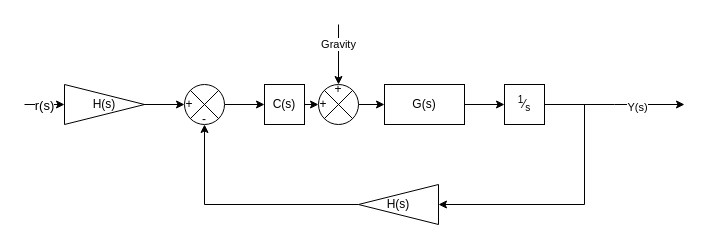
This is Lab2/Block_diagram.drawio from txddy-p/EEE3094, a draw.io file, before an edit. Source tidied: cells renumbered, new cells numbered last; positions are measured from the earlier drawing's top-left corner, leaving out a move shared by most shapes. Both pictures are drawn from the tidied source at 100%, with x=0, y=0 at pixel (24, 24).
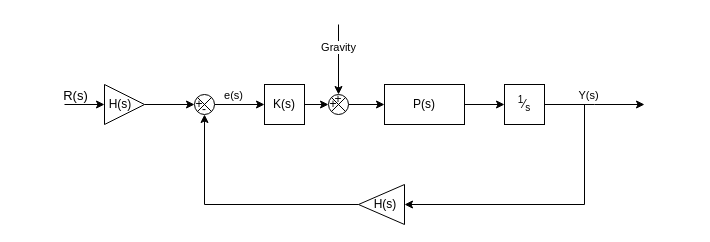
After the change.

The change refers to these unchanged cells:
```xml
<mxCell id="6" value="&lt;sup&gt;1&lt;/sup&gt;⁄&lt;sub&gt;s&lt;/sub&gt;" style="rounded=0;whiteSpace=wrap;html=1;" parent="1" vertex="1">
  <mxGeometry x="480" y="60" width="40" height="40" as="geometry" />
</mxCell>
```

Change to the diagram source:
```diff
@@
-    <mxCell id="3" value="G(s)" style="rounded=0;whiteSpace=wrap;html=1;" parent="1" vertex="1">
+    <mxCell id="3" value="P(s)" style="rounded=0;whiteSpace=wrap;html=1;" parent="1" vertex="1">
       <mxGeometry x="360" y="60" width="80" height="40" as="geometry" />
     </mxCell>
     <mxCell id="4" style="edgeStyle=orthogonalEdgeStyle;rounded=0;jettySize=auto;html=1;exitX=1;exitY=0.5;exitDx=0;exitDy=0;" parent="1" edge="1" source="6">
       <mxGeometry relative="1" as="geometry">
-        <mxPoint x="660" y="80" as="targetPoint" />
+        <mxPoint x="620" y="80" as="targetPoint" />
       </mxGeometry>
     </mxCell>
     <mxCell id="5" value="Y(s)" style="edgeLabel;html=1;align=center;verticalAlign=middle;" parent="4" vertex="1">
-      <mxGeometry x="0.32" y="-2" relative="1" as="geometry" />
+      <mxGeometry x="0.32" y="-2" relative="1" as="geometry">
+        <mxPoint x="-22" y="-12" as="offset" />
+      </mxGeometry>
     </mxCell>
@@
-    <mxCell id="7" style="edgeStyle=orthogonalEdgeStyle;rounded=0;jettySize=auto;html=1;exitX=1;exitY=0.5;exitDx=0;exitDy=0;entryX=0;entryY=0.5;entryDx=0;entryDy=0;" parent="1" edge="1" source="17" target="3">
+    <mxCell id="7" style="edgeStyle=orthogonalEdgeStyle;rounded=0;jettySize=auto;html=1;exitX=1;exitY=0.5;exitDx=0;exitDy=0;entryX=0;entryY=0.5;entryDx=0;entryDy=0;" parent="1" edge="1" source="28" target="3">
       <mxGeometry relative="1" as="geometry" />
     </mxCell>
-    <mxCell id="8" value="C(s)" style="rounded=0;whiteSpace=wrap;html=1;" parent="1" vertex="1">
+    <mxCell id="8" value="K(s)" style="rounded=0;whiteSpace=wrap;html=1;" parent="1" vertex="1">
       <mxGeometry x="240" y="60" width="40" height="40" as="geometry" />
     </mxCell>
-    <mxCell id="9" style="edgeStyle=orthogonalEdgeStyle;rounded=0;jettySize=auto;html=1;entryX=0.5;entryY=1;entryDx=0;entryDy=0;exitX=1;exitY=0.5;exitDx=0;exitDy=0;" parent="1" edge="1" source="15" target="11">
+    <mxCell id="9" style="edgeStyle=orthogonalEdgeStyle;rounded=0;jettySize=auto;html=1;entryX=0.5;entryY=1;entryDx=0;entryDy=0;exitX=1;exitY=0.5;exitDx=0;exitDy=0;" parent="1" edge="1" source="15" target="25">
       <mxGeometry relative="1" as="geometry" />
     </mxCell>
-    <mxCell id="10" style="edgeStyle=orthogonalEdgeStyle;rounded=0;jettySize=auto;html=1;exitX=1;exitY=0.5;exitDx=0;exitDy=0;entryX=0;entryY=0.5;entryDx=0;entryDy=0;" parent="1" edge="1" source="11" target="8">
+    <mxCell id="10" style="edgeStyle=orthogonalEdgeStyle;rounded=0;jettySize=auto;html=1;exitX=1;exitY=0.5;exitDx=0;exitDy=0;entryX=0;entryY=0.5;entryDx=0;entryDy=0;" parent="1" edge="1" source="27" target="8">
       <mxGeometry relative="1" as="geometry" />
     </mxCell>
-    <mxCell id="11" style="shape=sumEllipse;perimeter=ellipsePerimeter;whiteSpace=wrap;html=1;backgroundOutline=1;" parent="1" vertex="1">
-      <mxGeometry x="160" y="60" width="40" height="40" as="geometry" />
-    </mxCell>
+    <mxCell id="26" value="e(s)" style="edgeLabel;html=1;align=center;verticalAlign=middle;" parent="10" vertex="1">
+      <mxGeometry x="-0.28" y="-1" relative="1" as="geometry">
+        <mxPoint y="-11" as="offset" />
+      </mxGeometry>
+    </mxCell>
@@
-    <mxCell id="13" style="endArrow=classic;html=1;rounded=0;entryX=0;entryY=0.5;entryDx=0;entryDy=0;" parent="1" edge="1" target="11">
-      <mxGeometry relative="1" as="geometry">
-        <mxPoint x="80" y="80" as="sourcePoint" />
-      </mxGeometry>
+    <mxCell id="13" style="endArrow=classic;html=1;rounded=0;entryX=0;entryY=0.5;entryDx=0;entryDy=0;" parent="1" edge="1" source="14" target="22">
+      <mxGeometry relative="1" as="geometry" />
     </mxCell>
-    <mxCell id="14" value="H(s)" style="triangle;whiteSpace=wrap;html=1;" parent="1" vertex="1">
-      <mxGeometry x="40" y="60" width="80" height="40" as="geometry" />
-    </mxCell>
-    <mxCell id="15" value="H(s)" style="triangle;whiteSpace=wrap;html=1;rotation=0;verticalAlign=middle;direction=west;" parent="1" vertex="1">
-      <mxGeometry x="334" y="160" width="80" height="40" as="geometry" />
+    <mxCell id="15" value="H(s)" style="triangle;whiteSpace=wrap;html=1;rotation=0;verticalAlign=middle;direction=west;spacingRight=-3;spacingLeft=5;" parent="1" vertex="1">
+      <mxGeometry x="334" y="160" width="46" height="40" as="geometry" />
     </mxCell>
-    <mxCell id="16" style="edgeStyle=orthogonalEdgeStyle;rounded=0;jettySize=auto;html=1;exitX=1;exitY=0.5;exitDx=0;exitDy=0;entryX=0;entryY=0.5;entryDx=0;entryDy=0;" parent="1" edge="1" source="8" target="17">
+    <mxCell id="16" style="edgeStyle=orthogonalEdgeStyle;rounded=0;jettySize=auto;html=1;exitX=1;exitY=0.5;exitDx=0;exitDy=0;entryX=0;entryY=0.5;entryDx=0;entryDy=0;" parent="1" edge="1" source="8" target="23">
       <mxGeometry relative="1" as="geometry" />
     </mxCell>
-    <mxCell id="17" style="shape=sumEllipse;perimeter=ellipsePerimeter;whiteSpace=wrap;html=1;backgroundOutline=1;" parent="1" vertex="1">
-      <mxGeometry x="294" y="60" width="40" height="40" as="geometry" />
-    </mxCell>
-    <mxCell id="18" style="endArrow=classic;html=1;rounded=0;entryX=0.5;entryY=0;entryDx=0;entryDy=0;" parent="1" edge="1" target="17">
+    <mxCell id="18" style="endArrow=classic;html=1;rounded=0;entryX=0.5;entryY=0;entryDx=0;entryDy=0;" parent="1" edge="1" target="24">
       <mxGeometry relative="1" as="geometry">
         <mxPoint x="314" as="sourcePoint" />
       </mxGeometry>
     </mxCell>
@@
-    <mxCell id="20" style="endArrow=classic;html=1;rounded=0;" parent="1" edge="1">
+    <mxCell id="20" style="endArrow=classic;html=1;rounded=0;entryX=0;entryY=0.5;entryDx=0;entryDy=0;" parent="1" edge="1" target="14">
       <mxGeometry relative="1" as="geometry">
-        <mxPoint y="80" as="sourcePoint" />
-        <mxPoint x="40" y="80" as="targetPoint" />
+        <mxPoint x="40" y="80" as="sourcePoint" />
       </mxGeometry>
     </mxCell>
-    <mxCell id="21" value="r(s)" style="edgeLabel;html=1;align=center;verticalAlign=middle;fontSize=13;" parent="20" vertex="1">
-      <mxGeometry x="-0.05" relative="1" as="geometry" />
+    <mxCell id="21" value="R(s)" style="edgeLabel;html=1;align=center;verticalAlign=middle;fontSize=13;" parent="20" vertex="1">
+      <mxGeometry x="-0.05" relative="1" as="geometry">
+        <mxPoint x="-9" y="-10" as="offset" />
+      </mxGeometry>
     </mxCell>
+    <mxCell id="27" style="shape=sumEllipse;perimeter=ellipsePerimeter;whiteSpace=wrap;html=1;backgroundOutline=1;" parent="1" vertex="1">
+      <mxGeometry x="170" y="70" width="20" height="20" as="geometry" />
+    </mxCell>
     <mxCell id="22" value="+" style="text;strokeColor=none;align=center;fillColor=none;html=1;verticalAlign=middle;whiteSpace=wrap;rounded=0;" parent="1" vertex="1">
-      <mxGeometry x="160" y="75" width="10" height="10" as="geometry" />
+      <mxGeometry x="170" y="75" width="10" height="10" as="geometry" />
     </mxCell>
+    <mxCell id="25" value="-" style="text;strokeColor=none;align=center;fillColor=none;html=1;verticalAlign=middle;whiteSpace=wrap;rounded=0;" parent="1" vertex="1">
+      <mxGeometry x="175" y="80" width="10" height="10" as="geometry" />
+    </mxCell>
+    <mxCell id="28" style="shape=sumEllipse;perimeter=ellipsePerimeter;whiteSpace=wrap;html=1;backgroundOutline=1;" parent="1" vertex="1">
+      <mxGeometry x="304" y="70" width="20" height="20" as="geometry" />
+    </mxCell>
     <mxCell id="23" value="+" style="text;strokeColor=none;align=center;fillColor=none;html=1;verticalAlign=middle;whiteSpace=wrap;rounded=0;" parent="1" vertex="1">
-      <mxGeometry x="294" y="75" width="10" height="10" as="geometry" />
+      <mxGeometry x="304" y="75" width="10" height="10" as="geometry" />
     </mxCell>
     <mxCell id="24" value="+" style="text;strokeColor=none;align=center;fillColor=none;html=1;verticalAlign=middle;whiteSpace=wrap;rounded=0;" parent="1" vertex="1">
-      <mxGeometry x="309" y="60" width="10" height="10" as="geometry" />
+      <mxGeometry x="309" y="70" width="10" height="10" as="geometry" />
     </mxCell>
-    <mxCell id="25" value="-" style="text;strokeColor=none;align=center;fillColor=none;html=1;verticalAlign=middle;whiteSpace=wrap;rounded=0;" parent="1" vertex="1">
-      <mxGeometry x="175" y="90" width="10" height="10" as="geometry" />
-    </mxCell>
+    <mxCell id="29" style="endArrow=classic;html=1;rounded=0;entryX=0;entryY=0.5;entryDx=0;entryDy=0;" parent="1" edge="1" target="14">
+      <mxGeometry relative="1" as="geometry">
+        <mxPoint x="80" y="80" as="sourcePoint" />
+      </mxGeometry>
+    </mxCell>
+    <mxCell id="14" value="H(s)" style="triangle;whiteSpace=wrap;html=1;spacingLeft=-8;" parent="1" vertex="1">
+      <mxGeometry x="80" y="60" width="40" height="40" as="geometry" />
+    </mxCell>
```
